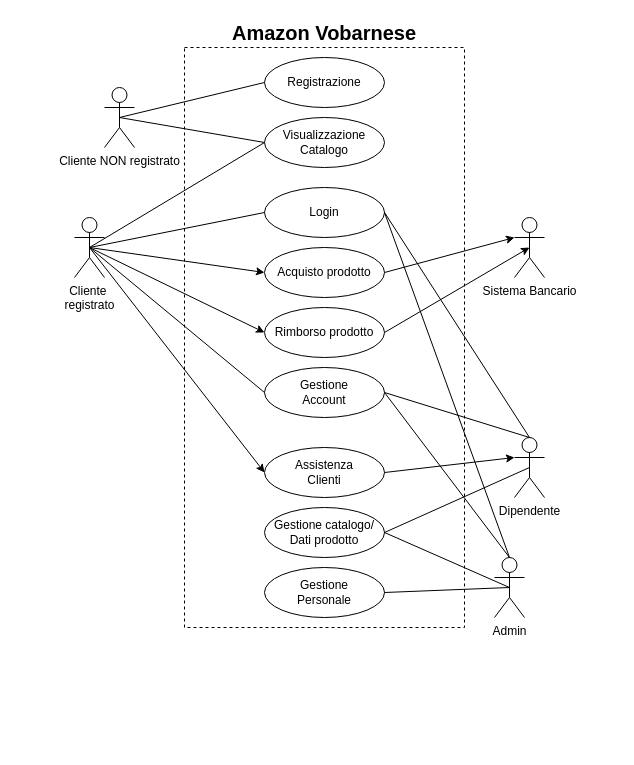
ErCookies/Scuola5a keeps this draw.io diagram as TPS/Lab/Amazon Vobarnese/Amazon Vobarnese.drawio. Above is the earlier version. Source tidied: cells renumbered, new cells numbered last; positions are measured from the earlier drawing's top-left corner, leaving out a move shared by most shapes. Both pictures are drawn from the tidied source at 100%, with x=0, y=0 at pixel (74, 17).
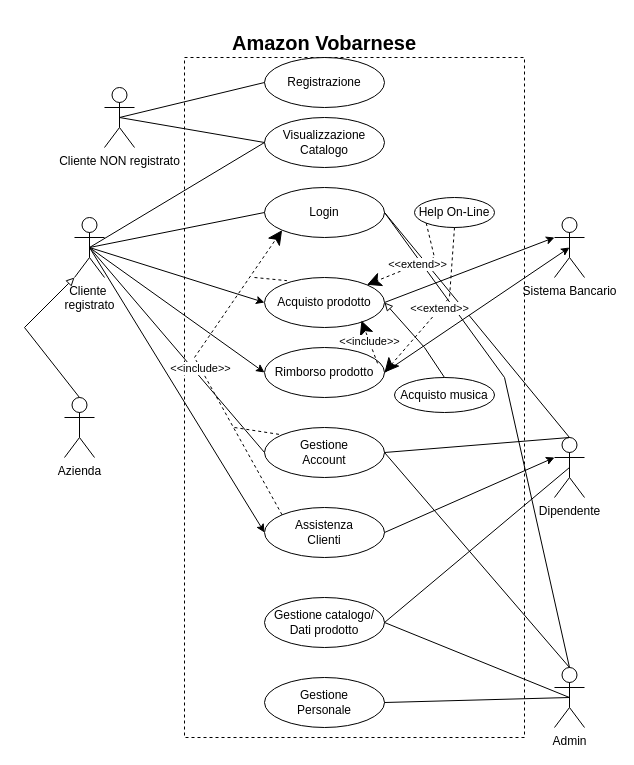
The same page after the edit.

Commit message (it also covers changes not shown here):
Teoria UML, update Amazon Vobarnese

The change refers to these unchanged cells:
```xml
<mxCell id="6" value="Login" style="ellipse;whiteSpace=wrap;html=1;" parent="1" vertex="1">
  <mxGeometry x="190" y="170" width="120" height="50" as="geometry" />
</mxCell>
<mxCell id="9" value="Cliente&amp;nbsp;&lt;div&gt;registrato&lt;/div&gt;" style="shape=umlActor;verticalLabelPosition=bottom;verticalAlign=top;html=1;outlineConnect=0;" parent="1" vertex="1">
  <mxGeometry y="200" width="30" height="60" as="geometry" />
</mxCell>
```

Diff of the diagram source:
```diff
@@
     <mxCell id="2" style="rounded=0;whiteSpace=wrap;html=1;dashed=1;" parent="1" vertex="1">
-      <mxGeometry x="110" y="30" width="280" height="580" as="geometry" />
+      <mxGeometry x="110" y="40" width="340" height="680" as="geometry" />
     </mxCell>
     <mxCell id="3" value="&lt;font style=&quot;font-size: 20px;&quot;&gt;&lt;b&gt;Amazon Vobarnese&lt;/b&gt;&lt;/font&gt;" style="text;html=1;align=center;verticalAlign=middle;whiteSpace=wrap;rounded=0;" parent="1" vertex="1">
-      <mxGeometry x="110" width="280" height="30" as="geometry" />
+      <mxGeometry x="110" y="10" width="280" height="30" as="geometry" />
     </mxCell>
@@
     <mxCell id="7" value="Acquisto prodotto" style="ellipse;whiteSpace=wrap;html=1;" parent="1" vertex="1">
-      <mxGeometry x="190" y="230" width="120" height="50" as="geometry" />
+      <mxGeometry x="190" y="260" width="120" height="50" as="geometry" />
     </mxCell>
@@
     <mxCell id="15" value="Sistema Bancario" style="shape=umlActor;verticalLabelPosition=bottom;verticalAlign=top;html=1;outlineConnect=0;" parent="1" vertex="1">
-      <mxGeometry x="440" y="200" width="30" height="60" as="geometry" />
+      <mxGeometry x="480" y="200" width="30" height="60" as="geometry" />
     </mxCell>
@@
     <mxCell id="17" value="Gestione catalogo/&lt;div&gt;Dati prodotto&lt;/div&gt;" style="ellipse;whiteSpace=wrap;html=1;" parent="1" vertex="1">
-      <mxGeometry x="190" y="490" width="120" height="50" as="geometry" />
+      <mxGeometry x="190" y="580" width="120" height="50" as="geometry" />
     </mxCell>
     <mxCell id="18" value="Gestione&lt;div&gt;&lt;div&gt;Account&lt;/div&gt;&lt;/div&gt;" style="ellipse;whiteSpace=wrap;html=1;" parent="1" vertex="1">
-      <mxGeometry x="190" y="350" width="120" height="50" as="geometry" />
+      <mxGeometry x="190" y="410" width="120" height="50" as="geometry" />
     </mxCell>
@@
     <mxCell id="20" value="Rimborso prodotto" style="ellipse;whiteSpace=wrap;html=1;" parent="1" vertex="1">
-      <mxGeometry x="190" y="290" width="120" height="50" as="geometry" />
+      <mxGeometry x="190" y="330" width="120" height="50" as="geometry" />
     </mxCell>
@@
     <mxCell id="23" value="Assistenza&lt;div&gt;Clienti&lt;/div&gt;" style="ellipse;whiteSpace=wrap;html=1;" parent="1" vertex="1">
-      <mxGeometry x="190" y="430" width="120" height="50" as="geometry" />
+      <mxGeometry x="190" y="490" width="120" height="50" as="geometry" />
     </mxCell>
@@
     <mxCell id="25" value="Dipendente" style="shape=umlActor;verticalLabelPosition=bottom;verticalAlign=top;html=1;outlineConnect=0;" parent="1" vertex="1">
-      <mxGeometry x="440" y="420" width="30" height="60" as="geometry" />
+      <mxGeometry x="480" y="420" width="30" height="60" as="geometry" />
     </mxCell>
@@
     <mxCell id="30" value="Gestione&lt;div&gt;Personale&lt;/div&gt;" style="ellipse;whiteSpace=wrap;html=1;" parent="1" vertex="1">
-      <mxGeometry x="190" y="550" width="120" height="50" as="geometry" />
+      <mxGeometry x="190" y="660" width="120" height="50" as="geometry" />
     </mxCell>
     <mxCell id="31" value="Admin" style="shape=umlActor;verticalLabelPosition=bottom;verticalAlign=top;html=1;outlineConnect=0;" parent="1" vertex="1">
-      <mxGeometry x="420" y="540" width="30" height="60" as="geometry" />
+      <mxGeometry x="480" y="650" width="30" height="60" as="geometry" />
     </mxCell>
@@
     <mxCell id="34" style="endArrow=none;html=1;rounded=0;entryX=1;entryY=0.5;entryDx=0;entryDy=0;exitX=0.5;exitY=0;exitDx=0;exitDy=0;exitPerimeter=0;" parent="1" edge="1" source="31" target="6">
-      <mxGeometry relative="1" as="geometry" />
+      <mxGeometry relative="1" as="geometry">
+        <Array as="points">
+          <mxPoint x="430" y="360" />
+        </Array>
+      </mxGeometry>
     </mxCell>
@@
+    <mxCell id="36" value="&amp;lt;&amp;lt;include&amp;gt;&amp;gt;" style="endArrow=classic;endSize=12;dashed=1;html=1;rounded=0;exitX=0.942;exitY=0.317;exitDx=0;exitDy=0;endFill=1;entryX=0.808;entryY=0.86;entryDx=0;entryDy=0;entryPerimeter=0;exitPerimeter=0;" parent="1" edge="1" source="20" target="7">
+      <mxGeometry relative="1" as="geometry" />
+    </mxCell>
+    <mxCell id="37" value="&amp;lt;&amp;lt;include&amp;gt;&amp;gt;" style="endArrow=classic;endSize=12;dashed=1;html=1;rounded=0;exitX=0;exitY=0;exitDx=0;exitDy=0;endFill=1;entryX=0;entryY=1;entryDx=0;entryDy=0;" parent="1" edge="1" source="23" target="6">
+      <mxGeometry relative="1" as="geometry">
+        <Array as="points">
+          <mxPoint x="120" y="340" />
+        </Array>
+      </mxGeometry>
+    </mxCell>
+    <mxCell id="38" value="Help On-Line" style="ellipse;whiteSpace=wrap;html=1;" parent="1" vertex="1">
+      <mxGeometry x="340" y="180" width="80" height="30" as="geometry" />
+    </mxCell>
+    <mxCell id="39" value="&amp;lt;&amp;lt;extend&amp;gt;&amp;gt;" style="endArrow=classic;endSize=12;dashed=1;html=1;rounded=0;exitX=0;exitY=1;exitDx=0;exitDy=0;endFill=1;entryX=1;entryY=0;entryDx=0;entryDy=0;" parent="1" edge="1" source="38" target="7">
+      <mxGeometry relative="1" as="geometry">
+        <Array as="points">
+          <mxPoint x="360" y="240" />
+        </Array>
+      </mxGeometry>
+    </mxCell>
+    <mxCell id="40" value="&amp;lt;&amp;lt;extend&amp;gt;&amp;gt;" style="endArrow=classic;endSize=12;dashed=1;html=1;rounded=0;exitX=0.5;exitY=1;exitDx=0;exitDy=0;endFill=1;entryX=1;entryY=0.5;entryDx=0;entryDy=0;" parent="1" edge="1" source="38" target="20">
+      <mxGeometry relative="1" as="geometry">
+        <Array as="points">
+          <mxPoint x="375" y="280" />
+        </Array>
+      </mxGeometry>
+    </mxCell>
+    <mxCell id="41" style="endArrow=none;dashed=1;html=1;rounded=0;entryX=0;entryY=0;entryDx=0;entryDy=0;" parent="1" edge="1" target="18">
+      <mxGeometry relative="1" as="geometry">
+        <mxPoint x="160" y="410" as="sourcePoint" />
+      </mxGeometry>
+    </mxCell>
+    <mxCell id="42" style="endArrow=none;dashed=1;html=1;rounded=0;entryX=0.187;entryY=0.063;entryDx=0;entryDy=0;entryPerimeter=0;" parent="1" edge="1" target="7">
+      <mxGeometry relative="1" as="geometry">
+        <mxPoint x="180" y="260" as="sourcePoint" />
+      </mxGeometry>
+    </mxCell>
+    <mxCell id="43" value="Azienda" style="shape=umlActor;verticalLabelPosition=bottom;verticalAlign=top;html=1;outlineConnect=0;" parent="1" vertex="1">
+      <mxGeometry x="-10" y="380" width="30" height="60" as="geometry" />
+    </mxCell>
+    <mxCell id="44" style="endArrow=block;html=1;rounded=0;entryX=0;entryY=1;entryDx=0;entryDy=0;entryPerimeter=0;endFill=0;exitX=0.5;exitY=0;exitDx=0;exitDy=0;exitPerimeter=0;" parent="1" edge="1" source="43" target="9">
+      <mxGeometry relative="1" as="geometry">
+        <Array as="points">
+          <mxPoint x="-50" y="310" />
+        </Array>
+      </mxGeometry>
+    </mxCell>
+    <mxCell id="45" value="Acquisto musica" style="ellipse;whiteSpace=wrap;html=1;" parent="1" vertex="1">
+      <mxGeometry x="320" y="360" width="100" height="35" as="geometry" />
+    </mxCell>
+    <mxCell id="46" style="endArrow=block;html=1;rounded=0;entryX=1;entryY=0.5;entryDx=0;entryDy=0;endFill=0;exitX=0.5;exitY=0;exitDx=0;exitDy=0;" parent="1" edge="1" source="45" target="7">
+      <mxGeometry relative="1" as="geometry">
+        <Array as="points">
+          <mxPoint x="350" y="330" />
+        </Array>
+      </mxGeometry>
+    </mxCell>
```
